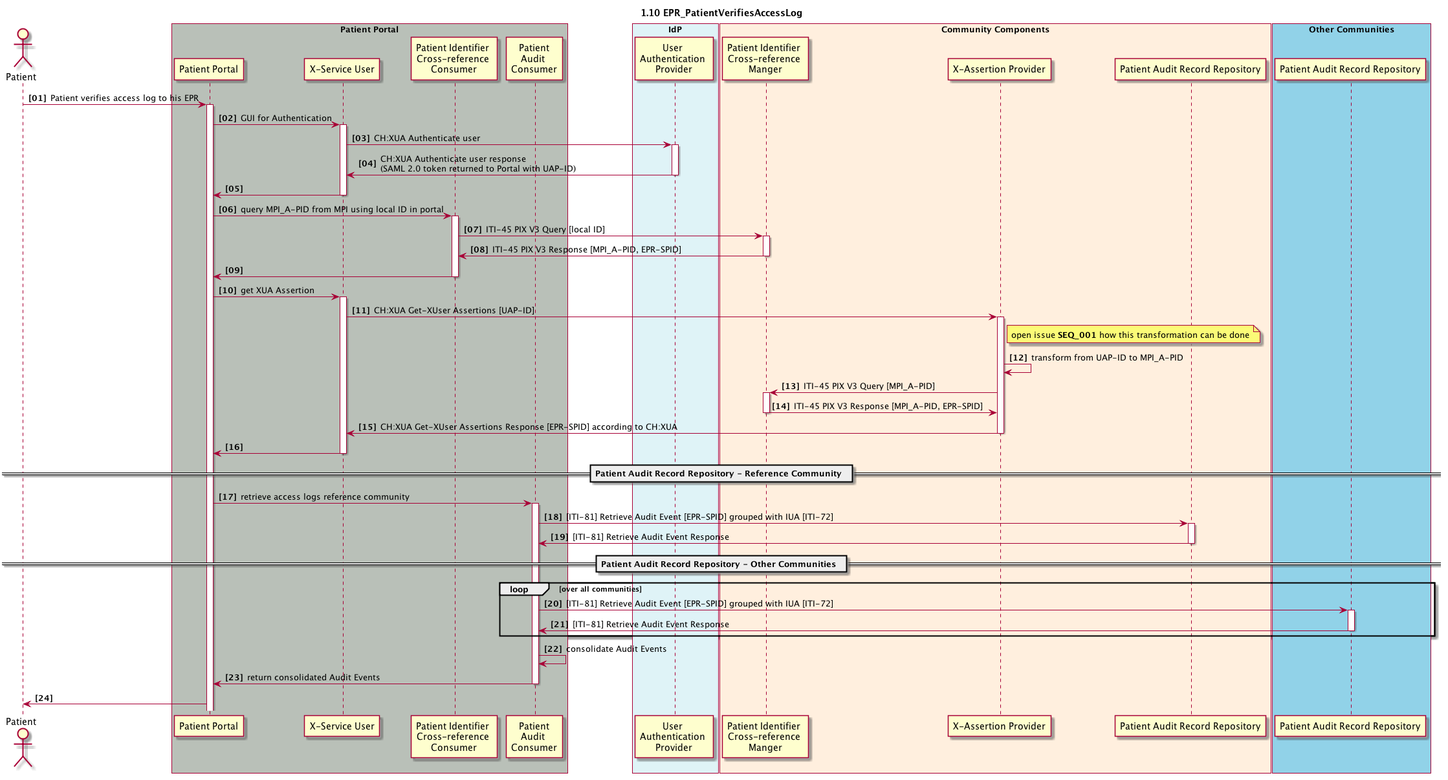
This is 1_10_EPR_PatientVerifiesAccessLog.plantuml.png from ahdis/ch-epr-seqdiag, a PlantUML export, as it was before one commit.
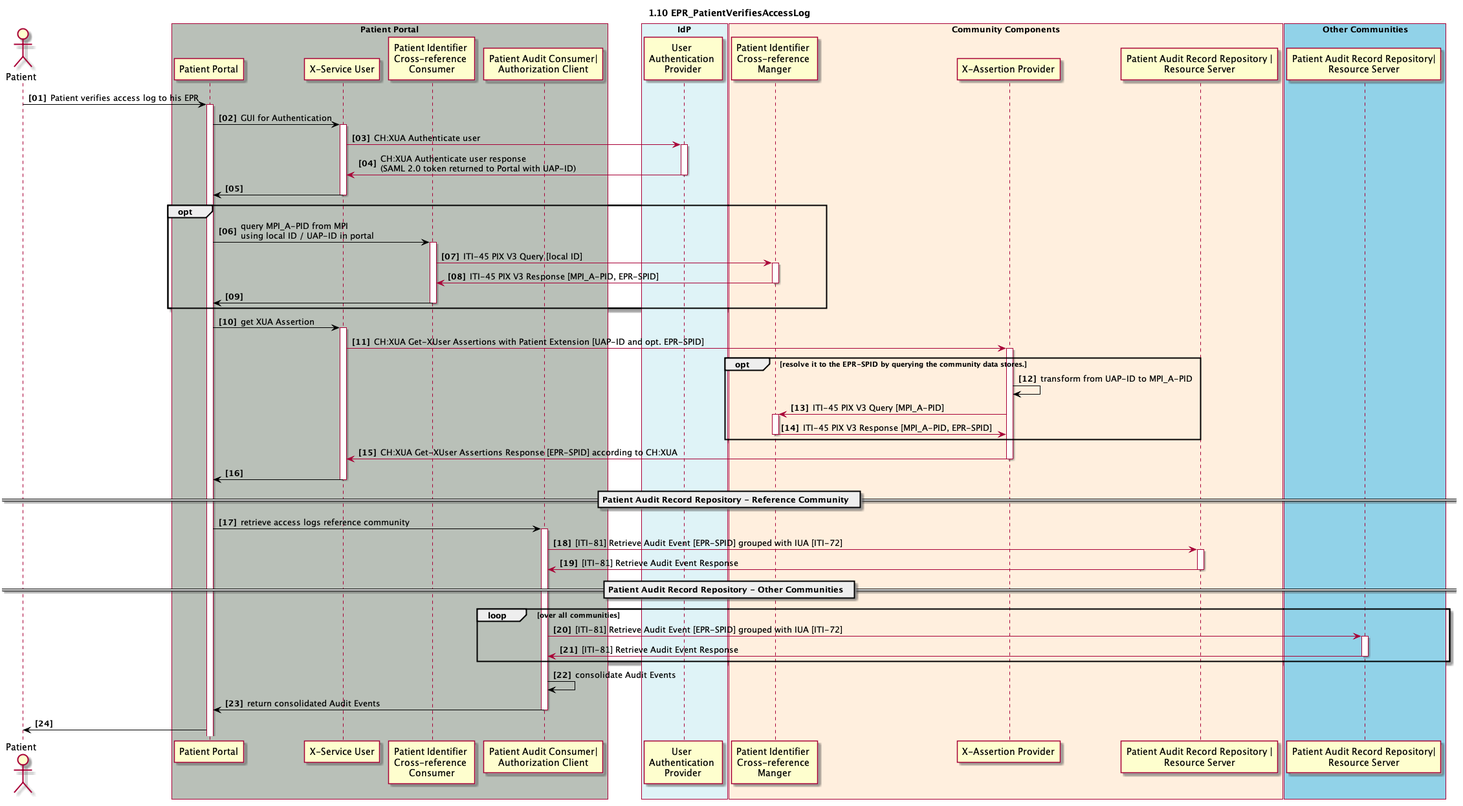
Above is the later version.

Diff of the diagram source:
```diff
@@ -9,7 +9,7 @@
 	participant pp_gui as "Patient Portal"
 	participant pp_x_service_user as "X-Service User"
 	participant pp_pix_x_ref_consumer as "Patient Identifier \nCross-reference \nConsumer"
-	participant pp_patient_audit_consumer as "Patient\nAudit \nConsumer"
+	participant pp_patient_audit_consumer as "Patient Audit Consumer|\nAuthorization Client"
 end box
 
 box "IdP" #DFF3F7
@@ -19,52 +19,55 @@
 box "Community Components" #FFEFDE
 	participant cc_mpi_x_ref_manager as "Patient Identifier \nCross-reference \nManger"
 	participant cc_x_assertion_provider as "X-Assertion Provider"
-	participant cc_pat_arr as "Patient Audit Record Repository"
+	participant cc_pat_arr as "Patient Audit Record Repository |\nResource Server"
 end box
 
 box "Other Communities" #91D2E8
-	participant xc_pat_arr as "Patient Audit Record Repository"
+	participant xc_pat_arr as "Patient Audit Record Repository|\nResource Server"
 end box
 
-patient -> pp_gui: Patient verifies access log to his EPR
+patient -[#black]> pp_gui: Patient verifies access log to his EPR
 activate pp_gui
 
-pp_gui -> pp_x_service_user : GUI for Authentication
+pp_gui -[#black]> pp_x_service_user : GUI for Authentication
 activate pp_x_service_user
 pp_x_service_user -> idp_user_authentication_provider : CH:XUA Authenticate user
 activate idp_user_authentication_provider
 pp_x_service_user <- idp_user_authentication_provider : CH:XUA Authenticate user response \n(SAML 2.0 token returned to Portal with UAP-ID)
 deactivate idp_user_authentication_provider
-pp_gui <- pp_x_service_user
+pp_gui <[#black]- pp_x_service_user
 deactivate pp_x_service_user
 
-pp_gui -> pp_pix_x_ref_consumer: query MPI_A-PID from MPI using local ID in portal
+opt
+pp_gui -[#black]> pp_pix_x_ref_consumer: query MPI_A-PID from MPI\nusing local ID / UAP-ID in portal
 activate pp_pix_x_ref_consumer
 pp_pix_x_ref_consumer -> cc_mpi_x_ref_manager: ITI-45 PIX V3 Query [local ID]
 activate cc_mpi_x_ref_manager
 pp_pix_x_ref_consumer <- cc_mpi_x_ref_manager: ITI-45 PIX V3 Response [MPI_A-PID, EPR-SPID]
 deactivate cc_mpi_x_ref_manager
-pp_gui <- pp_pix_x_ref_consumer
+pp_gui <[#black]- pp_pix_x_ref_consumer
 deactivate pp_pix_x_ref_consumer
+end
 
-pp_gui -> pp_x_service_user : get XUA Assertion
+pp_gui -[#black]> pp_x_service_user : get XUA Assertion
 activate pp_x_service_user
-pp_x_service_user -> cc_x_assertion_provider: CH:XUA Get-XUser Assertions [UAP-ID]
+pp_x_service_user -> cc_x_assertion_provider: CH:XUA Get-XUser Assertions with Patient Extension [UAP-ID and opt. EPR-SPID]
 activate cc_x_assertion_provider
-note right cc_x_assertion_provider: open issue <b>SEQ_001</b> how this transformation can be done
-cc_x_assertion_provider -> cc_x_assertion_provider: transform from UAP-ID to MPI_A-PID
+opt resolve it to the EPR-SPID by querying the community data stores.
+cc_x_assertion_provider -[#black]> cc_x_assertion_provider: transform from UAP-ID to MPI_A-PID
 cc_x_assertion_provider -> cc_mpi_x_ref_manager: ITI-45 PIX V3 Query [MPI_A-PID]
 activate cc_mpi_x_ref_manager
 cc_x_assertion_provider <- cc_mpi_x_ref_manager: ITI-45 PIX V3 Response [MPI_A-PID, EPR-SPID]
 deactivate cc_mpi_x_ref_manager
+end
 pp_x_service_user <- cc_x_assertion_provider: CH:XUA Get-XUser Assertions Response [EPR-SPID] according to CH:XUA
 deactivate cc_x_assertion_provider
-pp_gui <- pp_x_service_user
+pp_gui <[#black]- pp_x_service_user
 deactivate pp_x_service_user
 
 == Patient Audit Record Repository - Reference Community  ==
 
-pp_gui -> pp_patient_audit_consumer: retrieve access logs reference community
+pp_gui -[#black]> pp_patient_audit_consumer: retrieve access logs reference community
 activate pp_patient_audit_consumer
 
 pp_patient_audit_consumer -> cc_pat_arr: [ITI-81] Retrieve Audit Event [EPR-SPID] grouped with IUA [ITI-72]
@@ -81,9 +84,9 @@
 deactivate xc_pat_arr
 end
 
-pp_patient_audit_consumer -> pp_patient_audit_consumer: consolidate Audit Events
-pp_gui <- pp_patient_audit_consumer: return consolidated Audit Events
+pp_patient_audit_consumer -[#black]> pp_patient_audit_consumer: consolidate Audit Events
+pp_gui <[#black]- pp_patient_audit_consumer: return consolidated Audit Events
 deactivate pp_patient_audit_consumer
-patient <- pp_gui
+patient <[#black]- pp_gui
 
 @enduml
```
